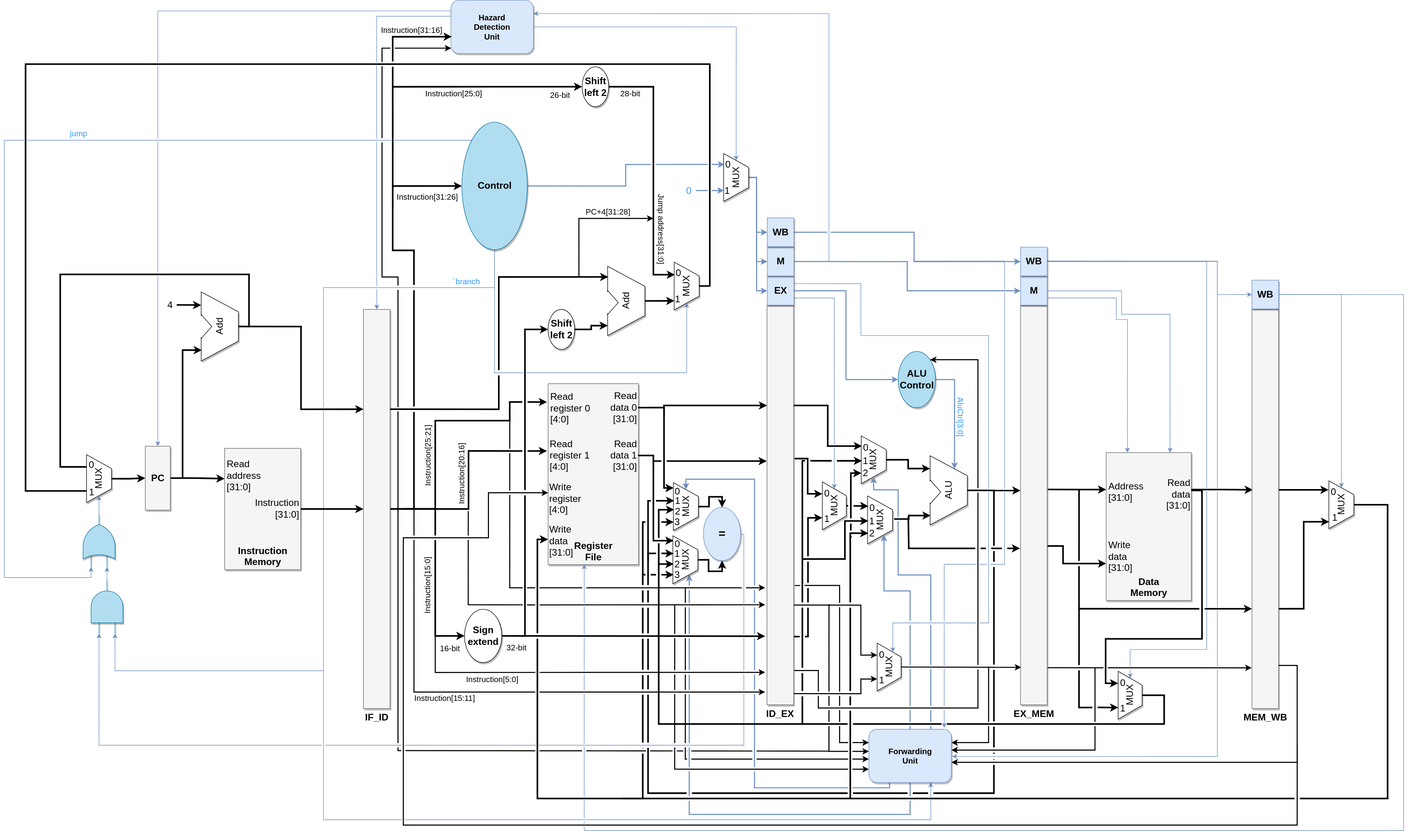
The draw.io diagram pipeline/alib/MIPS_structure.svg in UandersonSilva/MIPS, before a commit. Source tidied: cells renumbered, new cells last; positions are measured from the earlier drawing's top-left corner, leaving out a move shared by most shapes.
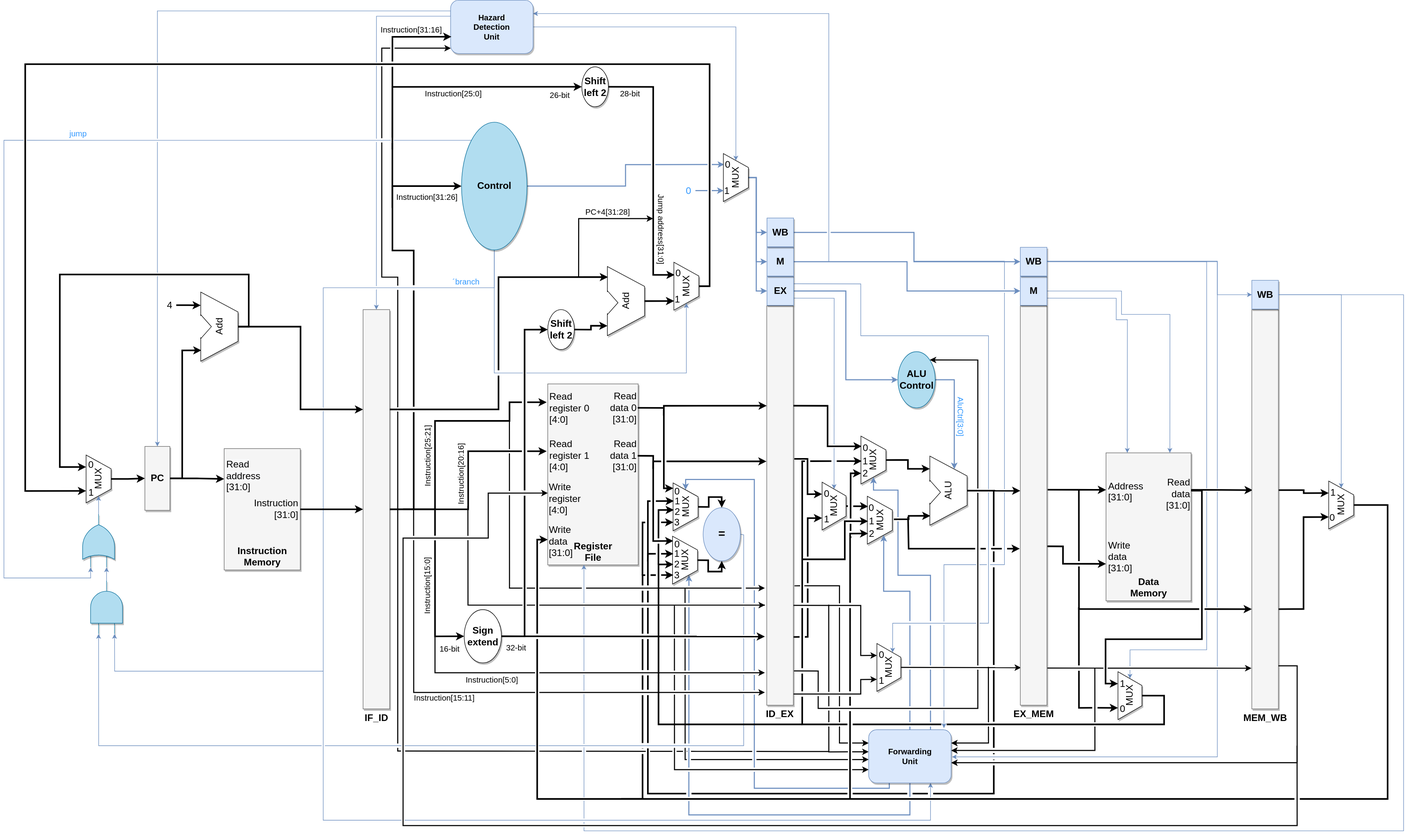
After the commit.

Commit message:
structure corrected.

What changed in the source:
```diff
@@ -227,10 +227,10 @@
       <mxGeometry x="1624" y="972" width="13" height="13" as="geometry" />
     </mxCell>
     <mxCell id="55" value="1" style="text;html=1;strokeColor=none;fillColor=none;align=center;verticalAlign=middle;whiteSpace=wrap;rounded=0;shadow=1;fontSize=18;" parent="1" vertex="1">
-      <mxGeometry x="2494" y="966" width="13" height="13" as="geometry" />
+      <mxGeometry x="2491" y="918.5" width="13" height="13" as="geometry" />
     </mxCell>
     <mxCell id="56" value="0" style="text;html=1;strokeColor=none;fillColor=none;align=center;verticalAlign=middle;whiteSpace=wrap;rounded=0;shadow=1;fontSize=18;" parent="1" vertex="1">
-      <mxGeometry x="2492" y="917" width="14" height="13" as="geometry" />
+      <mxGeometry x="2490" y="965" width="14" height="13" as="geometry" />
     </mxCell>
     <mxCell id="57" style="edgeStyle=orthogonalEdgeStyle;rounded=0;jumpStyle=gap;jettySize=auto;html=1;exitX=0.5;exitY=1;exitDx=0;exitDy=0;entryX=0;entryY=0.75;entryDx=0;entryDy=0;strokeWidth=3;fontSize=22;" parent="1" edge="1" source="58" target="68">
       <mxGeometry relative="1" as="geometry" />
@@ -468,10 +468,9 @@
     <mxCell id="102" style="edgeStyle=orthogonalEdgeStyle;rounded=0;jettySize=auto;html=1;exitX=1;exitY=0.25;exitDx=0;exitDy=0;strokeWidth=3;entryX=0.034;entryY=0.452;entryDx=0;entryDy=0;entryPerimeter=0;" parent="1" edge="1" source="7" target="106">
       <mxGeometry relative="1" as="geometry" />
     </mxCell>
-    <mxCell id="103" style="edgeStyle=orthogonalEdgeStyle;rounded=0;orthogonalLoop=1;jettySize=auto;html=1;exitX=0.991;exitY=0.452;exitDx=0;exitDy=0;entryX=0.811;entryY=0.989;entryDx=0;entryDy=0;entryPerimeter=0;strokeWidth=3;exitPerimeter=0;" parent="1" edge="1">
+    <mxCell id="103" style="edgeStyle=orthogonalEdgeStyle;rounded=0;jettySize=auto;html=1;exitX=0.991;exitY=0.452;exitDx=0;exitDy=0;entryX=0.75;entryY=0;entryDx=0;entryDy=0;strokeWidth=3;exitPerimeter=0;" parent="1" edge="1" target="48">
       <mxGeometry relative="1" as="geometry">
         <mxPoint x="2395.6" y="920" as="sourcePoint" />
-        <mxPoint x="2489" y="920" as="targetPoint" />
       </mxGeometry>
     </mxCell>
     <mxCell id="104" style="edgeStyle=orthogonalEdgeStyle;rounded=0;jettySize=auto;html=1;exitX=0;exitY=0.75;exitDx=0;exitDy=0;strokeWidth=3;entryX=0;entryY=0.75;entryDx=0;entryDy=0;jumpStyle=gap;" parent="1" edge="1" target="106">
@@ -482,7 +481,7 @@
         </Array>
       </mxGeometry>
     </mxCell>
-    <mxCell id="105" style="edgeStyle=orthogonalEdgeStyle;rounded=0;jettySize=auto;html=1;exitX=1;exitY=0.75;exitDx=0;exitDy=0;entryX=0.144;entryY=0.989;entryDx=0;entryDy=0;entryPerimeter=0;strokeWidth=3;" parent="1" edge="1" source="106" target="48">
+    <mxCell id="105" style="edgeStyle=orthogonalEdgeStyle;rounded=0;jettySize=auto;html=1;exitX=1;exitY=0.75;exitDx=0;exitDy=0;entryX=0.25;entryY=0;entryDx=0;entryDy=0;strokeWidth=3;" parent="1" edge="1" source="106" target="48">
       <mxGeometry relative="1" as="geometry" />
     </mxCell>
     <mxCell id="106" value="&lt;b&gt;MEM_WB&lt;/b&gt;" style="whiteSpace=wrap;html=1;shadow=1;fontSize=18;fillColor=#f5f5f5;strokeColor=#666666;verticalAlign=top;labelPosition=center;verticalLabelPosition=bottom;align=center;" parent="1" vertex="1">
@@ -1044,10 +1043,10 @@
       <mxGeometry x="2071" y="1283.5" width="90" height="45" as="geometry" />
     </mxCell>
     <mxCell id="203" value="0" style="text;html=1;strokeColor=none;fillColor=none;align=center;verticalAlign=middle;whiteSpace=wrap;rounded=0;shadow=1;fontSize=18;" parent="1" vertex="1">
-      <mxGeometry x="2096.5" y="1276" width="12" height="13" as="geometry" />
+      <mxGeometry x="2096.5" y="1324" width="12" height="13" as="geometry" />
     </mxCell>
     <mxCell id="204" value="1" style="text;html=1;strokeColor=none;fillColor=none;align=center;verticalAlign=middle;whiteSpace=wrap;rounded=0;shadow=1;fontSize=18;" parent="1" vertex="1">
-      <mxGeometry x="2096.5" y="1324" width="12" height="13" as="geometry" />
+      <mxGeometry x="2096.5" y="1277.5" width="12" height="13" as="geometry" />
     </mxCell>
     <mxCell id="205" style="edgeStyle=orthogonalEdgeStyle;rounded=0;jumpStyle=gap;jettySize=auto;html=1;exitX=0;exitY=0.5;exitDx=0;exitDy=0;strokeWidth=3;entryX=0;entryY=0.5;entryDx=0;entryDy=0;" parent="1" edge="1" target="206">
       <mxGeometry relative="1" as="geometry">
```
